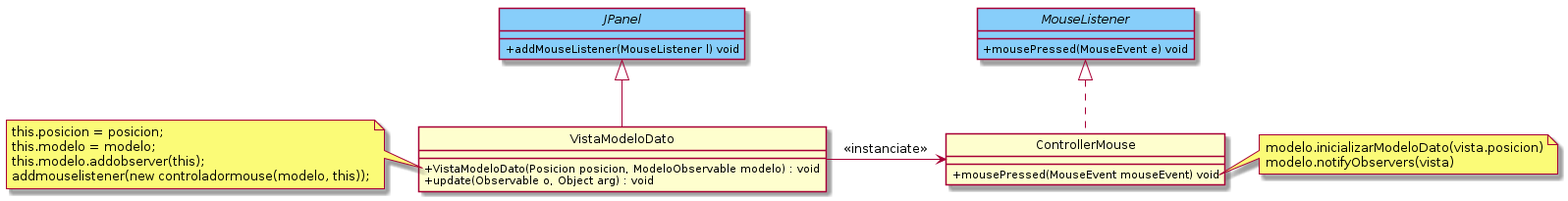
This is diagrams/controller_1.png from fiuba/algo3_ejemplo_mvc_colores, a PlantUML export, as it was before one commit. The source it was exported from:
```plantuml
@startuml
hide circle
skinparam classAttributeIconSize 0

class JPanel {
        + addMouseListener(MouseListener l) void
}

class VistaModeloDato {
        + VistaModeloDato(Posicion posicion, ModeloObservable modelo) : void
        + update(Observable o, Object arg) : void

}

interface MouseListener {
        + mousePressed(MouseEvent e) void
}

class ControllerMouse {
        + mousePressed(MouseEvent mouseEvent) void
}

JPanel <|-- VistaModeloDato
MouseListener <|.. ControllerMouse

VistaModeloDato -> ControllerMouse : <<instanciate>>
interface JPanel #LightSkyBlue
interface MouseListener #LightSkyBlue

note left of VistaModeloDato::VistaModeloDato
this.posicion = posicion;
this.modelo = modelo;
this.modelo.addobserver(this);
addmouselistener(new controladormouse(modelo, this));
end note

note right of ControllerMouse::mousePressed
modelo.inicializarModeloDato(vista.posicion)
modelo.notifyObservers(vista)
end note

@enduml
```
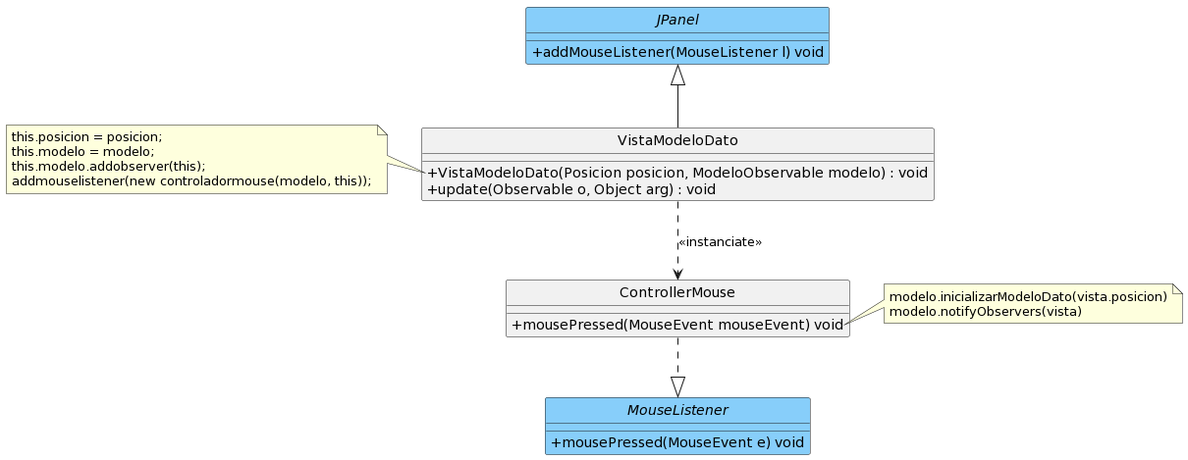
Later version of the same file.

Change to the diagram source:
```diff
@@ -21,9 +21,10 @@
 }
 
 JPanel <|-- VistaModeloDato
-MouseListener <|.. ControllerMouse
+ControllerMouse ..|> MouseListener
 
-VistaModeloDato -> ControllerMouse : <<instanciate>>
+VistaModeloDato ..> ControllerMouse : <<instanciate>>
+
 interface JPanel #LightSkyBlue
 interface MouseListener #LightSkyBlue
 
@@ -38,5 +39,4 @@
 modelo.inicializarModeloDato(vista.posicion)
 modelo.notifyObservers(vista)
 end note
-
 @enduml
```
